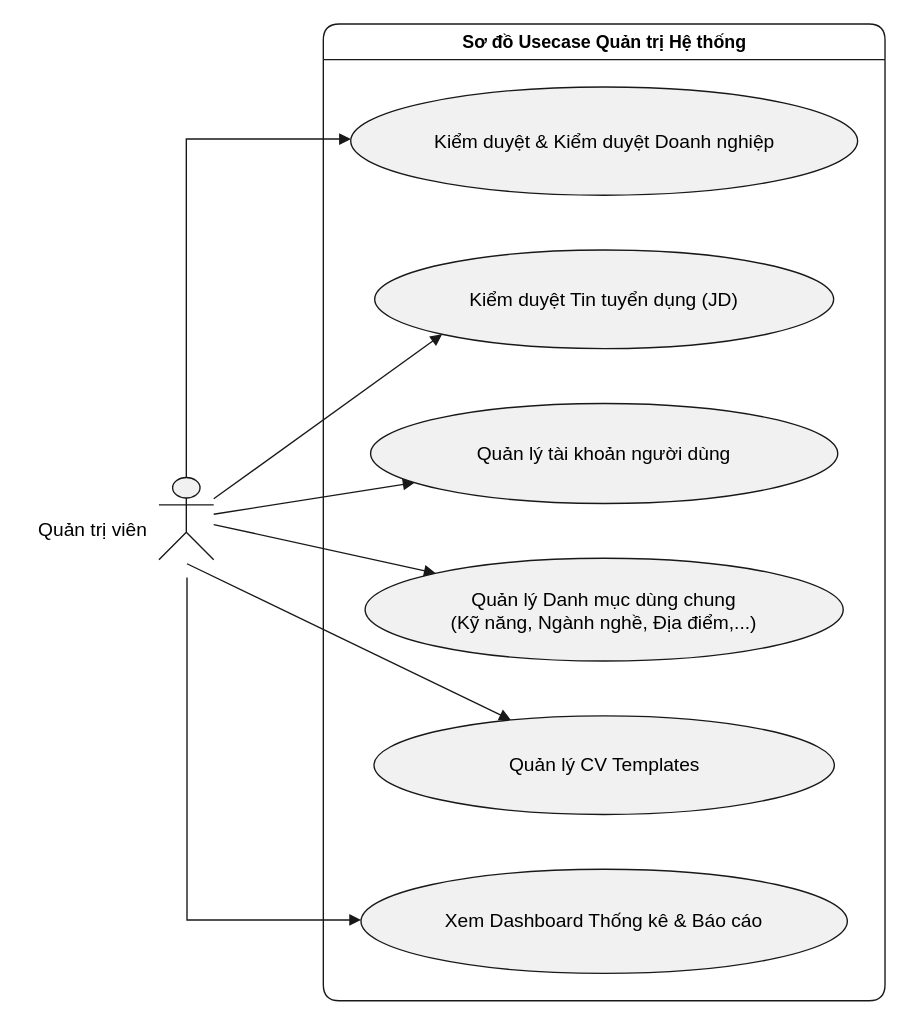
This is diagrams/usecase_admin.drawio from SE-Project-CTU/smart-recruitment-docs, a draw.io file, before an edit. Source tidied: cells renumbered, new cells numbered last; positions are measured from the earlier drawing's top-left corner, leaving out a move shared by most shapes. Both pictures are drawn from the tidied source at 137%, with x=0, y=0 at pixel (23, 23).
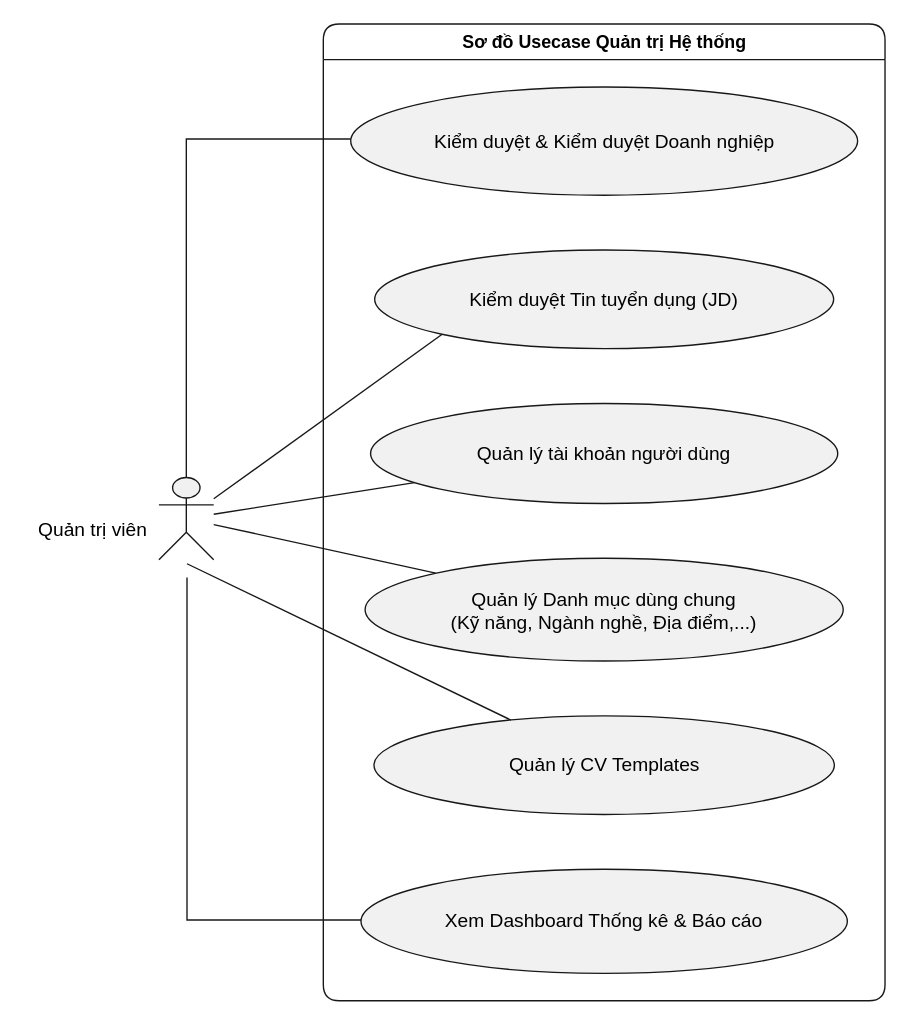
The same diagram, later.

Commit message (it also covers changes not shown here):
refactor: use case diagram for Admin subsystem: Adjust cell properties and styles for clarity and consistency

Unchanged cells that the change refers to:
```xml
<mxCell id="3" value="Kiểm duyệt &amp;amp; Kiểm duyệt Doanh nghiệp" style="ellipse;html=1;fillColor=#F1F1F1;strokeColor=#181818;whiteSpace=wrap;fontColor=#000000;fontSize=14;shadow=0;" parent="2" vertex="1">
  <mxGeometry x="20" y="46" width="370" height="79" as="geometry" />
</mxCell>
<mxCell id="4" value="Kiểm duyệt Tin tuyển dụng (JD)" style="ellipse;html=1;fillColor=#F1F1F1;strokeColor=#181818;whiteSpace=wrap;fontColor=#000000;fontSize=14;shadow=0;" parent="2" vertex="1">
  <mxGeometry x="37.5" y="165" width="335" height="72" as="geometry" />
</mxCell>
<mxCell id="5" value="Quản lý tài khoản người dùng" style="ellipse;html=1;fillColor=#F1F1F1;strokeColor=#181818;whiteSpace=wrap;fontColor=#000000;fontSize=14;shadow=0;" parent="2" vertex="1">
  <mxGeometry x="34.5" y="277" width="341" height="73" as="geometry" />
</mxCell>
<mxCell id="6" value="Quản lý Danh mục dùng chung&lt;br&gt;(Kỹ năng, Ngành nghề, Địa điểm,...)" style="ellipse;html=1;fillColor=#F1F1F1;strokeColor=#181818;whiteSpace=wrap;fontColor=#000000;fontSize=14;shadow=0;" parent="2" vertex="1">
  <mxGeometry x="30.5" y="390" width="349" height="75" as="geometry" />
</mxCell>
<mxCell id="7" value="Quản lý CV Templates" style="ellipse;html=1;fillColor=#F1F1F1;strokeColor=#181818;whiteSpace=wrap;fontColor=#000000;fontSize=14;shadow=0;" parent="2" vertex="1">
  <mxGeometry x="37" y="505" width="336" height="72" as="geometry" />
</mxCell>
<mxCell id="8" value="Xem Dashboard Thống kê &amp;amp; Báo cáo" style="ellipse;html=1;fillColor=#F1F1F1;strokeColor=#181818;whiteSpace=wrap;fontColor=#000000;fontSize=14;shadow=0;" parent="2" vertex="1">
  <mxGeometry x="27.5" y="617" width="355" height="76" as="geometry" />
</mxCell>
<mxCell id="9" style="shape=umlActor;html=1;fillColor=#F1F1F1;strokeColor=#181818;fontColor=#000000;fontSize=14;shadow=0;" parent="1" vertex="1">
  <mxGeometry x="98.5" y="331" width="40" height="60" as="geometry" />
</mxCell>
```

The edit, as a diff of the source:
```diff
@@
-    <mxCell id="10" style="endArrow=block;endFill=1;strokeColor=#181818;fontColor=#000000;fontSize=11;edgeStyle=orthogonalEdgeStyle;rounded=0;html=1;endSize=6;sourcePerimeterSpacing=0;targetPerimeterSpacing=0;" parent="1" edge="1" source="9" target="3">
+    <mxCell id="10" style="endArrow=none;endFill=0;strokeColor=#181818;fontColor=#000000;fontSize=11;edgeStyle=orthogonalEdgeStyle;rounded=0;html=1;endSize=6;sourcePerimeterSpacing=0;targetPerimeterSpacing=0;" parent="1" edge="1" source="9" target="3">
       <mxGeometry relative="1" as="geometry">
         <Array as="points">
           <mxPoint x="119" y="84" />
         </Array>
       </mxGeometry>
     </mxCell>
-    <mxCell id="11" style="endArrow=block;endFill=1;strokeColor=#181818;fontColor=#000000;fontSize=11;edgeStyle=none;rounded=0;html=1;curved=0;endSize=6;sourcePerimeterSpacing=0;targetPerimeterSpacing=0;entryX=0;entryY=1;entryDx=0;entryDy=0;" parent="1" edge="1" source="9" target="4">
+    <mxCell id="11" style="endArrow=none;endFill=0;strokeColor=#181818;fontColor=#000000;fontSize=11;edgeStyle=none;rounded=0;html=1;curved=0;endSize=6;sourcePerimeterSpacing=0;targetPerimeterSpacing=0;entryX=0;entryY=1;entryDx=0;entryDy=0;" parent="1" edge="1" source="9" target="4">
       <mxGeometry relative="1" as="geometry" />
     </mxCell>
-    <mxCell id="12" style="endArrow=block;endFill=1;strokeColor=#181818;fontColor=#000000;fontSize=11;edgeStyle=none;rounded=0;html=1;curved=0;endSize=6;sourcePerimeterSpacing=0;targetPerimeterSpacing=0;" parent="1" edge="1" source="9" target="5">
+    <mxCell id="12" style="endArrow=none;endFill=0;strokeColor=#181818;fontColor=#000000;fontSize=11;edgeStyle=none;rounded=0;html=1;curved=0;endSize=6;sourcePerimeterSpacing=0;targetPerimeterSpacing=0;" parent="1" edge="1" source="9" target="5">
       <mxGeometry relative="1" as="geometry" />
     </mxCell>
-    <mxCell id="13" style="endArrow=block;endFill=1;strokeColor=#181818;fontColor=#000000;fontSize=11;edgeStyle=none;rounded=0;html=1;curved=0;endSize=6;sourcePerimeterSpacing=0;targetPerimeterSpacing=0;" parent="1" edge="1" source="9" target="6">
+    <mxCell id="13" style="endArrow=none;endFill=0;strokeColor=#181818;fontColor=#000000;fontSize=11;edgeStyle=none;rounded=0;html=1;curved=0;endSize=6;sourcePerimeterSpacing=0;targetPerimeterSpacing=0;" parent="1" edge="1" source="9" target="6">
       <mxGeometry relative="1" as="geometry" />
     </mxCell>
-    <mxCell id="14" style="endArrow=block;endFill=1;strokeColor=#181818;fontColor=#000000;fontSize=11;edgeStyle=none;rounded=0;html=1;curved=0;endSize=6;sourcePerimeterSpacing=0;targetPerimeterSpacing=0;" parent="1" edge="1" target="7">
+    <mxCell id="14" style="endArrow=none;endFill=0;strokeColor=#181818;fontColor=#000000;fontSize=11;edgeStyle=none;rounded=0;html=1;curved=0;endSize=6;sourcePerimeterSpacing=0;targetPerimeterSpacing=0;" parent="1" edge="1" target="7">
       <mxGeometry relative="1" as="geometry">
         <mxPoint x="119" y="394" as="sourcePoint" />
       </mxGeometry>
     </mxCell>
-    <mxCell id="15" style="endArrow=block;endFill=1;strokeColor=#181818;fontColor=#000000;fontSize=11;edgeStyle=orthogonalEdgeStyle;rounded=0;html=1;endSize=6;sourcePerimeterSpacing=0;targetPerimeterSpacing=0;" parent="1" edge="1" target="8">
+    <mxCell id="15" style="endArrow=none;endFill=0;strokeColor=#181818;fontColor=#000000;fontSize=11;edgeStyle=orthogonalEdgeStyle;rounded=0;html=1;endSize=6;sourcePerimeterSpacing=0;targetPerimeterSpacing=0;" parent="1" edge="1" target="8">
       <mxGeometry relative="1" as="geometry">
         <mxPoint x="119" y="404" as="sourcePoint" />
         <Array as="points">
           <mxPoint x="119" y="654" />
         </Array>
       </mxGeometry>
     </mxCell>
```
